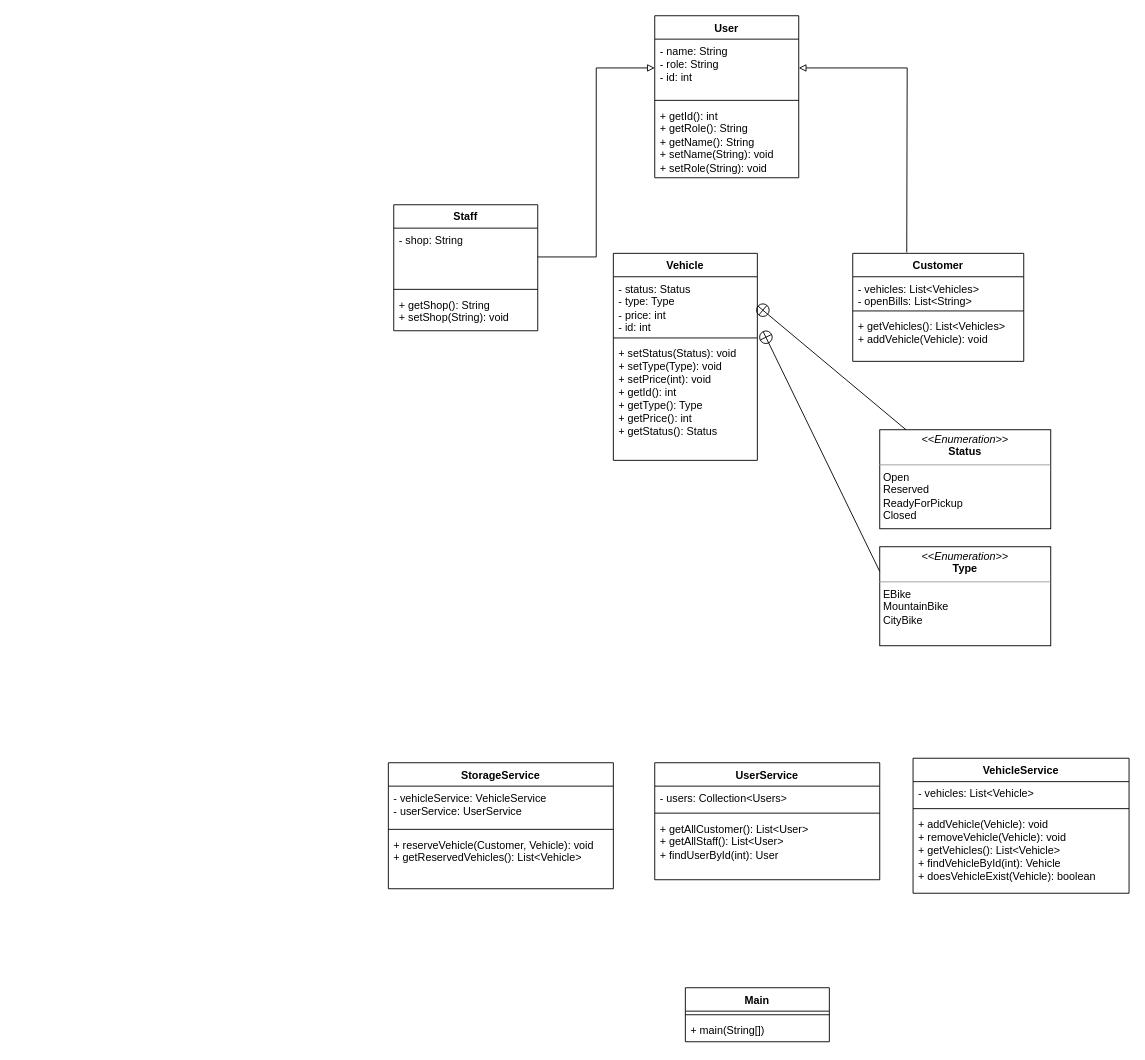
Earlier version of the draw.io diagram JuventusVeloShop.drawio (flaver12/Juventus_VeloShop). Source tidied: cells renumbered, new cells numbered last; positions are measured from the earlier drawing's top-left corner, leaving out a move shared by most shapes. Both pictures are drawn from the tidied source at 90%, with x=0, y=0 at pixel (388, 15).
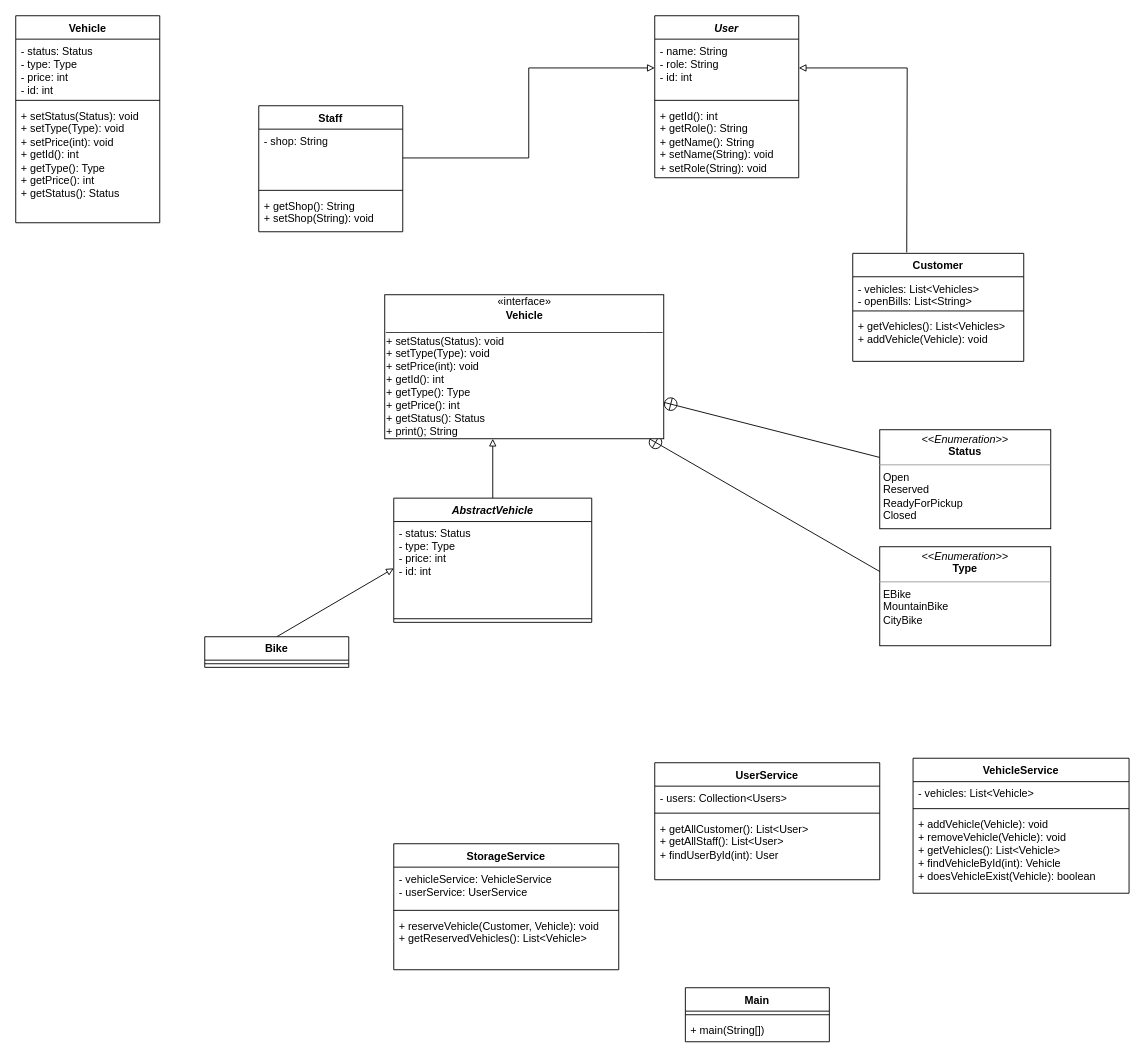
Above is the later version.

Commit message (it also covers changes not shown here):
Now some interfaces and UML🙀

Unchanged cells that the change refers to:
```xml
<mxCell id="17" value="- status: Status&lt;br&gt;- type: Type&lt;br&gt;- price: int&lt;br&gt;- id: int" style="text;strokeColor=none;fillColor=none;align=left;verticalAlign=top;spacingLeft=4;spacingRight=4;overflow=hidden;points=[[0,0.5],[1,0.5]];portConstraint=eastwest;whiteSpace=wrap;html=1;" parent="16" vertex="1">
  <mxGeometry y="26" width="160" height="64" as="geometry" />
</mxCell>
<mxCell id="20" value="&lt;p style=&quot;margin:0px;margin-top:4px;text-align:center;&quot;&gt;&lt;i&gt;&amp;lt;&amp;lt;Enumeration&amp;gt;&amp;gt;&lt;/i&gt;&lt;br&gt;&lt;b&gt;Status&lt;/b&gt;&lt;/p&gt;&lt;hr size=&quot;1&quot;&gt;&lt;p style=&quot;margin:0px;margin-left:4px;&quot;&gt;Open&lt;/p&gt;&lt;p style=&quot;margin:0px;margin-left:4px;&quot;&gt;Reserved&lt;/p&gt;&lt;p style=&quot;margin:0px;margin-left:4px;&quot;&gt;ReadyForPickup&lt;/p&gt;&lt;p style=&quot;margin:0px;margin-left:4px;&quot;&gt;Closed&lt;/p&gt;" style="verticalAlign=top;align=left;overflow=fill;fontSize=12;fontFamily=Helvetica;html=1;whiteSpace=wrap;" parent="1" vertex="1">
  <mxGeometry x="546" y="460" width="190" height="110" as="geometry" />
</mxCell>
<mxCell id="22" value="&lt;p style=&quot;margin:0px;margin-top:4px;text-align:center;&quot;&gt;&lt;i&gt;&amp;lt;&amp;lt;Enumeration&amp;gt;&amp;gt;&lt;/i&gt;&lt;br&gt;&lt;b&gt;Type&lt;/b&gt;&lt;/p&gt;&lt;hr size=&quot;1&quot;&gt;&lt;p style=&quot;margin:0px;margin-left:4px;&quot;&gt;EBike&lt;/p&gt;&lt;p style=&quot;margin:0px;margin-left:4px;&quot;&gt;MountainBike&lt;/p&gt;&lt;p style=&quot;margin:0px;margin-left:4px;&quot;&gt;CityBike&lt;/p&gt;" style="verticalAlign=top;align=left;overflow=fill;fontSize=12;fontFamily=Helvetica;html=1;whiteSpace=wrap;" parent="1" vertex="1">
  <mxGeometry x="546" y="590" width="190" height="110" as="geometry" />
</mxCell>
```

What changed in the source:
```diff
@@
-    <mxCell id="2" value="User" style="swimlane;fontStyle=1;align=center;verticalAlign=top;horizontal=1;startSize=26;whiteSpace=wrap;html=1;" parent="1" vertex="1">
+    <mxCell id="2" value="&lt;i&gt;User&lt;/i&gt;" style="swimlane;fontStyle=1;align=center;verticalAlign=top;horizontal=1;startSize=26;whiteSpace=wrap;html=1;" parent="1" vertex="1">
       <mxGeometry x="296" width="160" height="180" as="geometry" />
     </mxCell>
@@
     <mxCell id="6" value="Staff" style="swimlane;fontStyle=1;align=center;verticalAlign=top;horizontal=1;startSize=26;whiteSpace=wrap;html=1;" parent="1" vertex="1">
-      <mxGeometry x="6" y="210" width="160" height="140" as="geometry" />
+      <mxGeometry x="-144" y="100" width="160" height="140" as="geometry" />
     </mxCell>
@@
     <mxCell id="16" value="Vehicle" style="swimlane;fontStyle=1;align=center;verticalAlign=top;horizontal=1;startSize=26;whiteSpace=wrap;html=1;" parent="1" vertex="1">
-      <mxGeometry x="250" y="264" width="160" height="230" as="geometry" />
+      <mxGeometry x="-414" width="160" height="230" as="geometry" />
     </mxCell>
@@
-    <mxCell id="21" style="endArrow=none;startArrow=circlePlus;endFill=0;startFill=0;endSize=8;html=1;rounded=0;exitX=1;exitY=0.5;exitDx=0;exitDy=0;strokeColor=default;" parent="1" edge="1" source="17" target="20">
+    <mxCell id="21" style="endArrow=none;startArrow=circlePlus;endFill=0;startFill=0;endSize=8;html=1;rounded=0;strokeColor=default;" parent="1" edge="1" source="46" target="20">
       <mxGeometry relative="1" as="geometry" />
     </mxCell>
@@
-    <mxCell id="23" style="endArrow=none;startArrow=circlePlus;endFill=0;startFill=0;endSize=8;html=1;rounded=0;strokeColor=default;entryX=0;entryY=0.25;entryDx=0;entryDy=0;" parent="1" edge="1" target="22">
-      <mxGeometry relative="1" as="geometry">
-        <mxPoint x="416" y="350" as="sourcePoint" />
-      </mxGeometry>
+    <mxCell id="23" style="endArrow=none;startArrow=circlePlus;endFill=0;startFill=0;endSize=8;html=1;rounded=0;strokeColor=default;entryX=0;entryY=0.25;entryDx=0;entryDy=0;" parent="1" edge="1" source="46" target="22">
+      <mxGeometry relative="1" as="geometry" />
     </mxCell>
     <mxCell id="24" value="StorageService" style="swimlane;fontStyle=1;align=center;verticalAlign=top;horizontal=1;startSize=26;whiteSpace=wrap;html=1;" parent="1" vertex="1">
-      <mxGeometry y="830" width="250" height="140" as="geometry" />
+      <mxGeometry x="6" y="920" width="250" height="140" as="geometry" />
     </mxCell>
@@
+    <mxCell id="39" style="edgeStyle=none;html=1;exitX=0.5;exitY=0;exitDx=0;exitDy=0;entryX=0.5;entryY=1;entryDx=0;entryDy=0;endArrow=block;endFill=0;" parent="1" edge="1" source="40">
+      <mxGeometry relative="1" as="geometry">
+        <mxPoint x="116" y="470" as="targetPoint" />
+      </mxGeometry>
+    </mxCell>
+    <mxCell id="40" value="AbstractVehicle" style="swimlane;fontStyle=3;align=center;verticalAlign=top;horizontal=1;startSize=26;" parent="1" vertex="1">
+      <mxGeometry x="6" y="536" width="220" height="138" as="geometry" />
+    </mxCell>
+    <mxCell id="41" value="- status: Status&#10;- type: Type&#10;- price: int&#10;- id: int" style="text;strokeColor=none;fillColor=none;align=left;verticalAlign=top;spacingLeft=4;spacingRight=4;overflow=hidden;points=[[0,0.5],[1,0.5]];portConstraint=eastwest;" parent="40" vertex="1">
+      <mxGeometry y="26" width="220" height="104" as="geometry" />
+    </mxCell>
+    <mxCell id="42" style="line;strokeWidth=1;fillColor=none;align=left;verticalAlign=middle;spacingTop=-1;spacingLeft=3;spacingRight=3;labelPosition=right;strokeColor=inherit;" parent="40" vertex="1">
+      <mxGeometry y="130" width="220" height="8" as="geometry" />
+    </mxCell>
+    <mxCell id="43" style="edgeStyle=none;html=1;exitX=0.5;exitY=0;exitDx=0;exitDy=0;entryX=0;entryY=0.5;entryDx=0;entryDy=0;endArrow=block;endFill=0;" parent="1" edge="1" source="44" target="41">
+      <mxGeometry relative="1" as="geometry" />
+    </mxCell>
+    <mxCell id="44" value="Bike" style="swimlane;fontStyle=1;align=center;verticalAlign=top;horizontal=1;startSize=26;whiteSpace=wrap;html=1;" parent="1" vertex="1">
+      <mxGeometry x="-204" y="690" width="160" height="34" as="geometry" />
+    </mxCell>
+    <mxCell id="45" style="line;strokeWidth=1;fillColor=none;align=left;verticalAlign=middle;spacingTop=-1;spacingLeft=3;spacingRight=3;labelPosition=right;strokeColor=inherit;" parent="44" vertex="1">
+      <mxGeometry y="26" width="160" height="8" as="geometry" />
+    </mxCell>
+    <mxCell id="46" value="«interface»&lt;br&gt;&lt;b&gt;Vehicle&lt;br&gt;&lt;/b&gt;______________________________________________&lt;br&gt;&lt;div style=&quot;text-align: left;&quot;&gt;&lt;span style=&quot;background-color: initial;&quot;&gt;+ setStatus(Status): void&lt;/span&gt;&lt;/div&gt;&lt;span style=&quot;&quot;&gt;&lt;div style=&quot;text-align: left;&quot;&gt;&lt;span style=&quot;background-color: initial;&quot;&gt;+ setType(Type): void&lt;/span&gt;&lt;/div&gt;&lt;/span&gt;&lt;span style=&quot;&quot;&gt;&lt;div style=&quot;text-align: left;&quot;&gt;&lt;span style=&quot;background-color: initial;&quot;&gt;+ setPrice(int): void&lt;/span&gt;&lt;/div&gt;&lt;/span&gt;&lt;span style=&quot;&quot;&gt;&lt;div style=&quot;text-align: left;&quot;&gt;&lt;span style=&quot;background-color: initial;&quot;&gt;+ getId(): int&lt;/span&gt;&lt;/div&gt;&lt;/span&gt;&lt;span style=&quot;&quot;&gt;&lt;div style=&quot;text-align: left;&quot;&gt;&lt;span style=&quot;background-color: initial;&quot;&gt;+ getType(): Type&lt;/span&gt;&lt;/div&gt;&lt;/span&gt;&lt;span style=&quot;&quot;&gt;&lt;div style=&quot;text-align: left;&quot;&gt;&lt;span style=&quot;background-color: initial;&quot;&gt;+ getPrice(): int&lt;/span&gt;&lt;/div&gt;&lt;/span&gt;&lt;span style=&quot;&quot;&gt;&lt;div style=&quot;text-align: left;&quot;&gt;&lt;span style=&quot;background-color: initial;&quot;&gt;+ getStatus(): Status&lt;/span&gt;&lt;/div&gt;&lt;div style=&quot;text-align: left;&quot;&gt;&lt;span style=&quot;background-color: initial;&quot;&gt;+ print(); String&lt;/span&gt;&lt;/div&gt;&lt;/span&gt;" style="html=1;" parent="1" vertex="1">
+      <mxGeometry x="-4" y="310" width="310" height="160" as="geometry" />
+    </mxCell>
```
